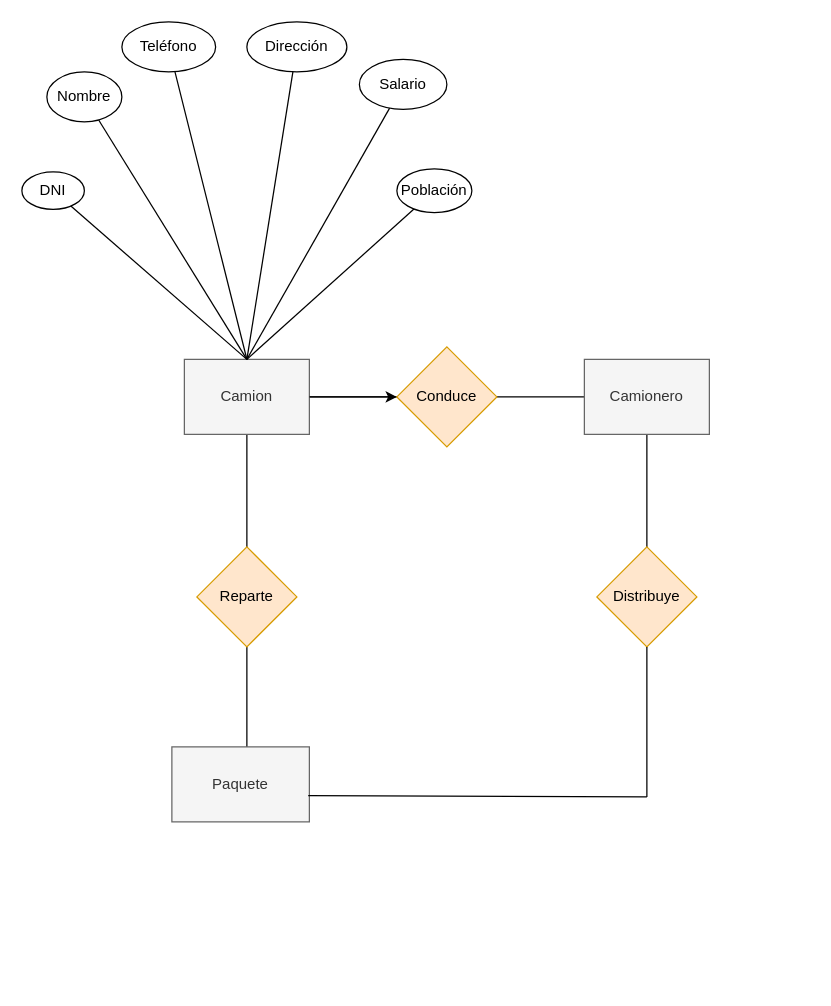
The draw.io diagram Unidad-1/Tareas/Tarea_4/Tarea4.drawio in aridaneLM/Basedatos, before the edit. Source tidied: cells renumbered, new cells numbered last; positions are measured from the earlier drawing's top-left corner, leaving out a move shared by most shapes. Both pictures are drawn from the tidied source at 125%, with x=0, y=0 at pixel (21, 21).
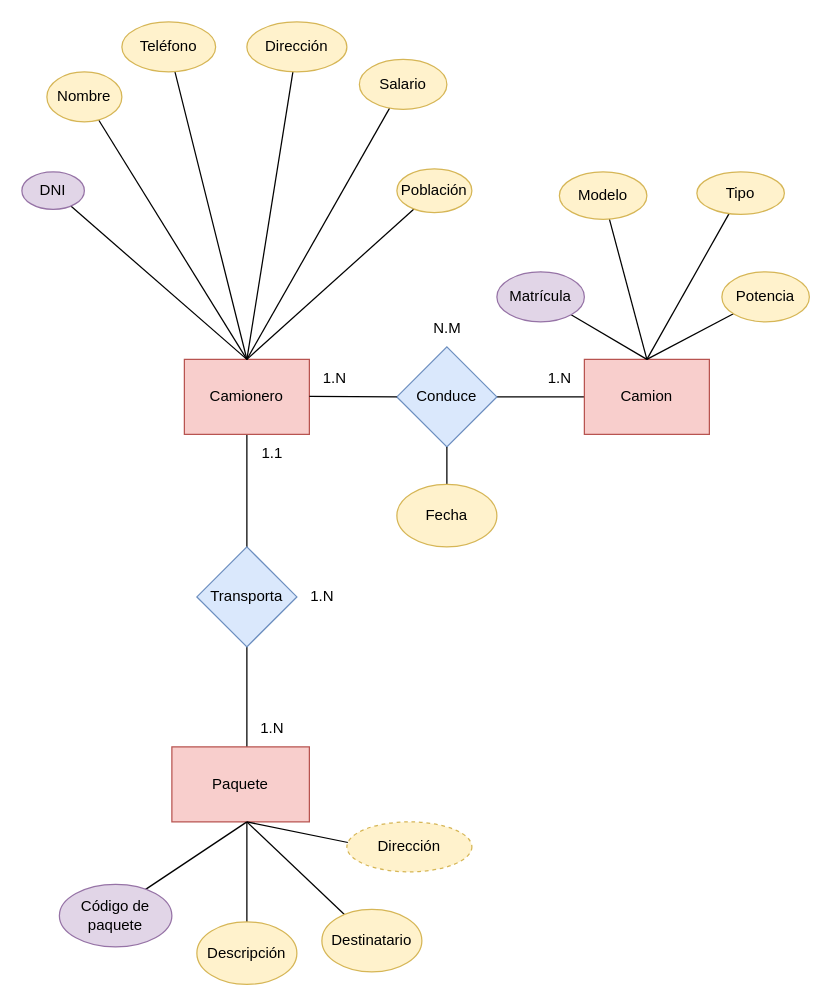
The same page after the edit.

The edit, as a diff of the source:
```diff
@@
-    <mxCell id="2" style="edgeStyle=orthogonalEdgeStyle;rounded=0;jettySize=auto;html=1;" parent="1" edge="1" source="4">
-      <mxGeometry relative="1" as="geometry">
-        <mxPoint x="300" y="300" as="targetPoint" />
-      </mxGeometry>
-    </mxCell>
@@
-    <mxCell id="4" value="Camion" style="rounded=0;whiteSpace=wrap;html=1;fillColor=#f5f5f5;fontColor=#333333;strokeColor=#666666;" parent="1" vertex="1">
+    <mxCell id="4" value="Camionero" style="rounded=0;whiteSpace=wrap;html=1;fillColor=#f8cecc;strokeColor=#b85450;" parent="1" vertex="1">
       <mxGeometry x="130" y="270" width="100" height="60" as="geometry" />
     </mxCell>
@@
-    <mxCell id="6" style="edgeStyle=orthogonalEdgeStyle;rounded=0;jettySize=auto;html=1;endArrow=none;endFill=0;" parent="1" edge="1" source="7" target="4">
-      <mxGeometry relative="1" as="geometry" />
-    </mxCell>
-    <mxCell id="7" value="Conduce" style="rhombus;whiteSpace=wrap;html=1;fillColor=#ffe6cc;strokeColor=#d79b00;" parent="1" vertex="1">
+    <mxCell id="7" value="Conduce" style="rhombus;whiteSpace=wrap;html=1;fillColor=#dae8fc;strokeColor=#6c8ebf;" parent="1" vertex="1">
       <mxGeometry x="300" y="260" width="80" height="80" as="geometry" />
     </mxCell>
-    <mxCell id="8" style="edgeStyle=orthogonalEdgeStyle;rounded=0;jettySize=auto;html=1;endArrow=none;endFill=0;" parent="1" edge="1" source="9">
-      <mxGeometry relative="1" as="geometry">
-        <mxPoint x="500" y="420" as="targetPoint" />
-      </mxGeometry>
-    </mxCell>
-    <mxCell id="9" value="Camionero" style="rounded=0;whiteSpace=wrap;html=1;fillColor=#f5f5f5;fontColor=#333333;strokeColor=#666666;" parent="1" vertex="1">
+    <mxCell id="9" value="Camion" style="rounded=0;whiteSpace=wrap;html=1;fillColor=#f8cecc;strokeColor=#b85450;" parent="1" vertex="1">
       <mxGeometry x="450" y="270" width="100" height="60" as="geometry" />
     </mxCell>
@@
-    <mxCell id="11" value="Reparte" style="rhombus;whiteSpace=wrap;html=1;fillColor=#ffe6cc;strokeColor=#d79b00;" parent="1" vertex="1">
+    <mxCell id="11" value="Transporta" style="rhombus;whiteSpace=wrap;html=1;fillColor=#dae8fc;strokeColor=#6c8ebf;" parent="1" vertex="1">
       <mxGeometry x="140" y="420" width="80" height="80" as="geometry" />
     </mxCell>
-    <mxCell id="12" value="Paquete" style="rounded=0;whiteSpace=wrap;html=1;fillColor=#f5f5f5;fontColor=#333333;strokeColor=#666666;" parent="1" vertex="1">
+    <mxCell id="12" value="Paquete" style="rounded=0;whiteSpace=wrap;html=1;fillColor=#f8cecc;strokeColor=#b85450;" parent="1" vertex="1">
       <mxGeometry x="120" y="580" width="110" height="60" as="geometry" />
     </mxCell>
@@
-    <mxCell id="16" value="Distribuye" style="rhombus;whiteSpace=wrap;html=1;fillColor=#ffe6cc;strokeColor=#d79b00;" parent="1" vertex="1">
-      <mxGeometry x="460" y="420" width="80" height="80" as="geometry" />
-    </mxCell>
-    <mxCell id="17" style="endArrow=none;html=1;rounded=0;entryX=0.5;entryY=1;entryDx=0;entryDy=0;" parent="1" edge="1" target="16">
-      <mxGeometry relative="1" as="geometry">
-        <mxPoint x="500" y="620" as="sourcePoint" />
-      </mxGeometry>
-    </mxCell>
-    <mxCell id="18" style="endArrow=none;html=1;rounded=0;exitX=0.992;exitY=0.65;exitDx=0;exitDy=0;exitPerimeter=0;" parent="1" edge="1" source="12">
-      <mxGeometry relative="1" as="geometry">
-        <mxPoint x="500" y="620" as="targetPoint" />
-      </mxGeometry>
-    </mxCell>
-    <mxCell id="19" value="DNI" style="ellipse;whiteSpace=wrap;html=1;" parent="1" vertex="1">
+    <mxCell id="19" value="DNI" style="ellipse;whiteSpace=wrap;html=1;fillColor=#e1d5e7;strokeColor=#9673a6;" parent="1" vertex="1">
       <mxGeometry y="120" width="50" height="30" as="geometry" />
     </mxCell>
@@
-    <mxCell id="21" value="Nombre" style="ellipse;whiteSpace=wrap;html=1;" parent="1" vertex="1">
+    <mxCell id="21" value="Nombre" style="ellipse;whiteSpace=wrap;html=1;fillColor=#fff2cc;strokeColor=#d6b656;" parent="1" vertex="1">
       <mxGeometry x="20" y="40" width="60" height="40" as="geometry" />
     </mxCell>
-    <mxCell id="22" value="Teléfono" style="ellipse;whiteSpace=wrap;html=1;" parent="1" vertex="1">
+    <mxCell id="22" value="Teléfono" style="ellipse;whiteSpace=wrap;html=1;fillColor=#fff2cc;strokeColor=#d6b656;" parent="1" vertex="1">
       <mxGeometry x="80" width="75" height="40" as="geometry" />
     </mxCell>
-    <mxCell id="23" value="Dirección" style="ellipse;whiteSpace=wrap;html=1;" parent="1" vertex="1">
+    <mxCell id="23" value="Dirección" style="ellipse;whiteSpace=wrap;html=1;fillColor=#fff2cc;strokeColor=#d6b656;" parent="1" vertex="1">
       <mxGeometry x="180" width="80" height="40" as="geometry" />
     </mxCell>
@@
-    <mxCell id="25" value="Salario" style="ellipse;whiteSpace=wrap;html=1;" parent="1" vertex="1">
+    <mxCell id="25" value="Salario" style="ellipse;whiteSpace=wrap;html=1;fillColor=#fff2cc;strokeColor=#d6b656;" parent="1" vertex="1">
       <mxGeometry x="270" y="30" width="70" height="40" as="geometry" />
     </mxCell>
@@
-    <mxCell id="28" value="Población" style="ellipse;whiteSpace=wrap;html=1;" parent="1" vertex="1">
+    <mxCell id="28" value="Población" style="ellipse;whiteSpace=wrap;html=1;fillColor=#fff2cc;strokeColor=#d6b656;" parent="1" vertex="1">
       <mxGeometry x="300" y="117.5" width="60" height="35" as="geometry" />
     </mxCell>
@@
+    <mxCell id="30" style="endArrow=none;html=1;rounded=0;" parent="1" edge="1" source="41">
+      <mxGeometry relative="1" as="geometry">
+        <mxPoint x="590" y="230" as="targetPoint" />
+      </mxGeometry>
+    </mxCell>
+    <mxCell id="31" style="endArrow=none;html=1;rounded=0;" parent="1" edge="1" source="39">
+      <mxGeometry relative="1" as="geometry">
+        <mxPoint x="580" y="140" as="targetPoint" />
+      </mxGeometry>
+    </mxCell>
+    <mxCell id="32" style="endArrow=none;html=1;rounded=0;" parent="1" edge="1" source="37">
+      <mxGeometry relative="1" as="geometry">
+        <mxPoint x="460" y="140" as="targetPoint" />
+      </mxGeometry>
+    </mxCell>
+    <mxCell id="33" style="endArrow=none;html=1;rounded=0;exitX=0.5;exitY=0;exitDx=0;exitDy=0;" parent="1" edge="1" source="35">
+      <mxGeometry relative="1" as="geometry">
+        <mxPoint x="420" y="220" as="targetPoint" />
+      </mxGeometry>
+    </mxCell>
+    <mxCell id="34" style="endArrow=none;html=1;rounded=0;exitX=0.5;exitY=0;exitDx=0;exitDy=0;" parent="1" edge="1" source="9" target="35">
+      <mxGeometry relative="1" as="geometry" />
+    </mxCell>
+    <mxCell id="35" value="Matrícula" style="ellipse;whiteSpace=wrap;html=1;fillColor=#e1d5e7;strokeColor=#9673a6;" parent="1" vertex="1">
+      <mxGeometry x="380" y="200" width="70" height="40" as="geometry" />
+    </mxCell>
+    <mxCell id="36" style="endArrow=none;html=1;rounded=0;" parent="1" edge="1" target="37">
+      <mxGeometry relative="1" as="geometry">
+        <mxPoint x="500" y="270" as="sourcePoint" />
+      </mxGeometry>
+    </mxCell>
+    <mxCell id="37" value="Modelo" style="ellipse;whiteSpace=wrap;html=1;fillColor=#fff2cc;strokeColor=#d6b656;" parent="1" vertex="1">
+      <mxGeometry x="430" y="120" width="70" height="38" as="geometry" />
+    </mxCell>
+    <mxCell id="38" style="endArrow=none;html=1;rounded=0;" parent="1" edge="1" target="39">
+      <mxGeometry relative="1" as="geometry">
+        <mxPoint x="500" y="270" as="sourcePoint" />
+      </mxGeometry>
+    </mxCell>
+    <mxCell id="39" value="Tipo" style="ellipse;whiteSpace=wrap;html=1;fillColor=#fff2cc;strokeColor=#d6b656;" parent="1" vertex="1">
+      <mxGeometry x="540" y="120" width="70" height="34" as="geometry" />
+    </mxCell>
+    <mxCell id="40" style="endArrow=none;html=1;rounded=0;" parent="1" edge="1" target="41">
+      <mxGeometry relative="1" as="geometry">
+        <mxPoint x="500" y="270" as="sourcePoint" />
+      </mxGeometry>
+    </mxCell>
+    <mxCell id="41" value="Potencia" style="ellipse;whiteSpace=wrap;html=1;fillColor=#fff2cc;strokeColor=#d6b656;" parent="1" vertex="1">
+      <mxGeometry x="560" y="200" width="70" height="40" as="geometry" />
+    </mxCell>
+    <mxCell id="42" style="endArrow=none;html=1;rounded=0;" parent="1" edge="1" source="46">
+      <mxGeometry relative="1" as="geometry">
+        <mxPoint x="180" y="640" as="targetPoint" />
+      </mxGeometry>
+    </mxCell>
+    <mxCell id="43" style="endArrow=none;html=1;rounded=0;" parent="1" edge="1" source="45">
+      <mxGeometry relative="1" as="geometry">
+        <mxPoint x="180" y="640" as="targetPoint" />
+      </mxGeometry>
+    </mxCell>
+    <mxCell id="44" style="endArrow=none;html=1;rounded=0;" parent="1" edge="1">
+      <mxGeometry relative="1" as="geometry">
+        <mxPoint x="180" y="640" as="sourcePoint" />
+        <mxPoint x="266.7" y="657.7" as="targetPoint" />
+      </mxGeometry>
+    </mxCell>
+    <mxCell id="45" value="Destinatario" style="ellipse;whiteSpace=wrap;html=1;fillColor=#fff2cc;strokeColor=#d6b656;" parent="1" vertex="1">
+      <mxGeometry x="240" y="710" width="80" height="50" as="geometry" />
+    </mxCell>
+    <mxCell id="46" value="Descripción" style="ellipse;whiteSpace=wrap;html=1;fillColor=#fff2cc;strokeColor=#d6b656;" parent="1" vertex="1">
+      <mxGeometry x="140" y="720" width="80" height="50" as="geometry" />
+    </mxCell>
+    <mxCell id="47" style="endArrow=none;html=1;rounded=0;" parent="1" edge="1">
+      <mxGeometry relative="1" as="geometry">
+        <mxPoint x="230" y="299.5" as="sourcePoint" />
+        <mxPoint x="300" y="300" as="targetPoint" />
+      </mxGeometry>
+    </mxCell>
+    <mxCell id="48" style="endArrow=none;html=1;rounded=0;" parent="1" edge="1">
+      <mxGeometry relative="1" as="geometry">
+        <mxPoint x="90" y="700" as="sourcePoint" />
+        <mxPoint x="180" y="640" as="targetPoint" />
+      </mxGeometry>
+    </mxCell>
+    <mxCell id="49" value="Código de paquete" style="ellipse;whiteSpace=wrap;html=1;fillColor=#e1d5e7;strokeColor=#9673a6;" parent="1" vertex="1">
+      <mxGeometry x="30" y="690" width="90" height="50" as="geometry" />
+    </mxCell>
+    <mxCell id="50" value="1.N" style="text;html=1;align=center;verticalAlign=middle;strokeColor=none;fillColor=none;" parent="1" vertex="1">
+      <mxGeometry x="230" y="270" width="40" height="30" as="geometry" />
+    </mxCell>
+    <mxCell id="51" value="1.N" style="text;html=1;align=center;verticalAlign=middle;strokeColor=none;fillColor=none;" parent="1" vertex="1">
+      <mxGeometry x="410" y="270" width="40" height="30" as="geometry" />
+    </mxCell>
+    <mxCell id="52" value="&lt;div&gt;N.M&lt;/div&gt;" style="text;html=1;align=center;verticalAlign=middle;strokeColor=none;fillColor=none;" parent="1" vertex="1">
+      <mxGeometry x="315" y="230" width="50" height="30" as="geometry" />
+    </mxCell>
+    <mxCell id="53" value="1.N" style="text;html=1;align=center;verticalAlign=middle;strokeColor=none;fillColor=none;" parent="1" vertex="1">
+      <mxGeometry x="220" y="445" width="40" height="30" as="geometry" />
+    </mxCell>
+    <mxCell id="54" value="1.N" style="text;html=1;align=center;verticalAlign=middle;strokeColor=none;fillColor=none;" parent="1" vertex="1">
+      <mxGeometry x="180" y="550" width="40" height="30" as="geometry" />
+    </mxCell>
+    <mxCell id="55" value="1.1" style="text;html=1;align=center;verticalAlign=middle;strokeColor=none;fillColor=none;" parent="1" vertex="1">
+      <mxGeometry x="180" y="330" width="40" height="30" as="geometry" />
+    </mxCell>
+    <mxCell id="56" style="endArrow=none;html=1;rounded=0;" parent="1" edge="1">
+      <mxGeometry relative="1" as="geometry">
+        <mxPoint x="340" y="380" as="sourcePoint" />
+        <mxPoint x="340" y="340" as="targetPoint" />
+      </mxGeometry>
+    </mxCell>
+    <mxCell id="57" value="Fecha" style="ellipse;whiteSpace=wrap;html=1;fillColor=#fff2cc;strokeColor=#d6b656;" parent="1" vertex="1">
+      <mxGeometry x="300" y="370" width="80" height="50" as="geometry" />
+    </mxCell>
+    <mxCell id="58" value="Dirección" style="ellipse;whiteSpace=wrap;html=1;align=center;dashed=1;fillColor=#fff2cc;strokeColor=#d6b656;" parent="1" vertex="1">
+      <mxGeometry x="260" y="640" width="100" height="40" as="geometry" />
+    </mxCell>
```
